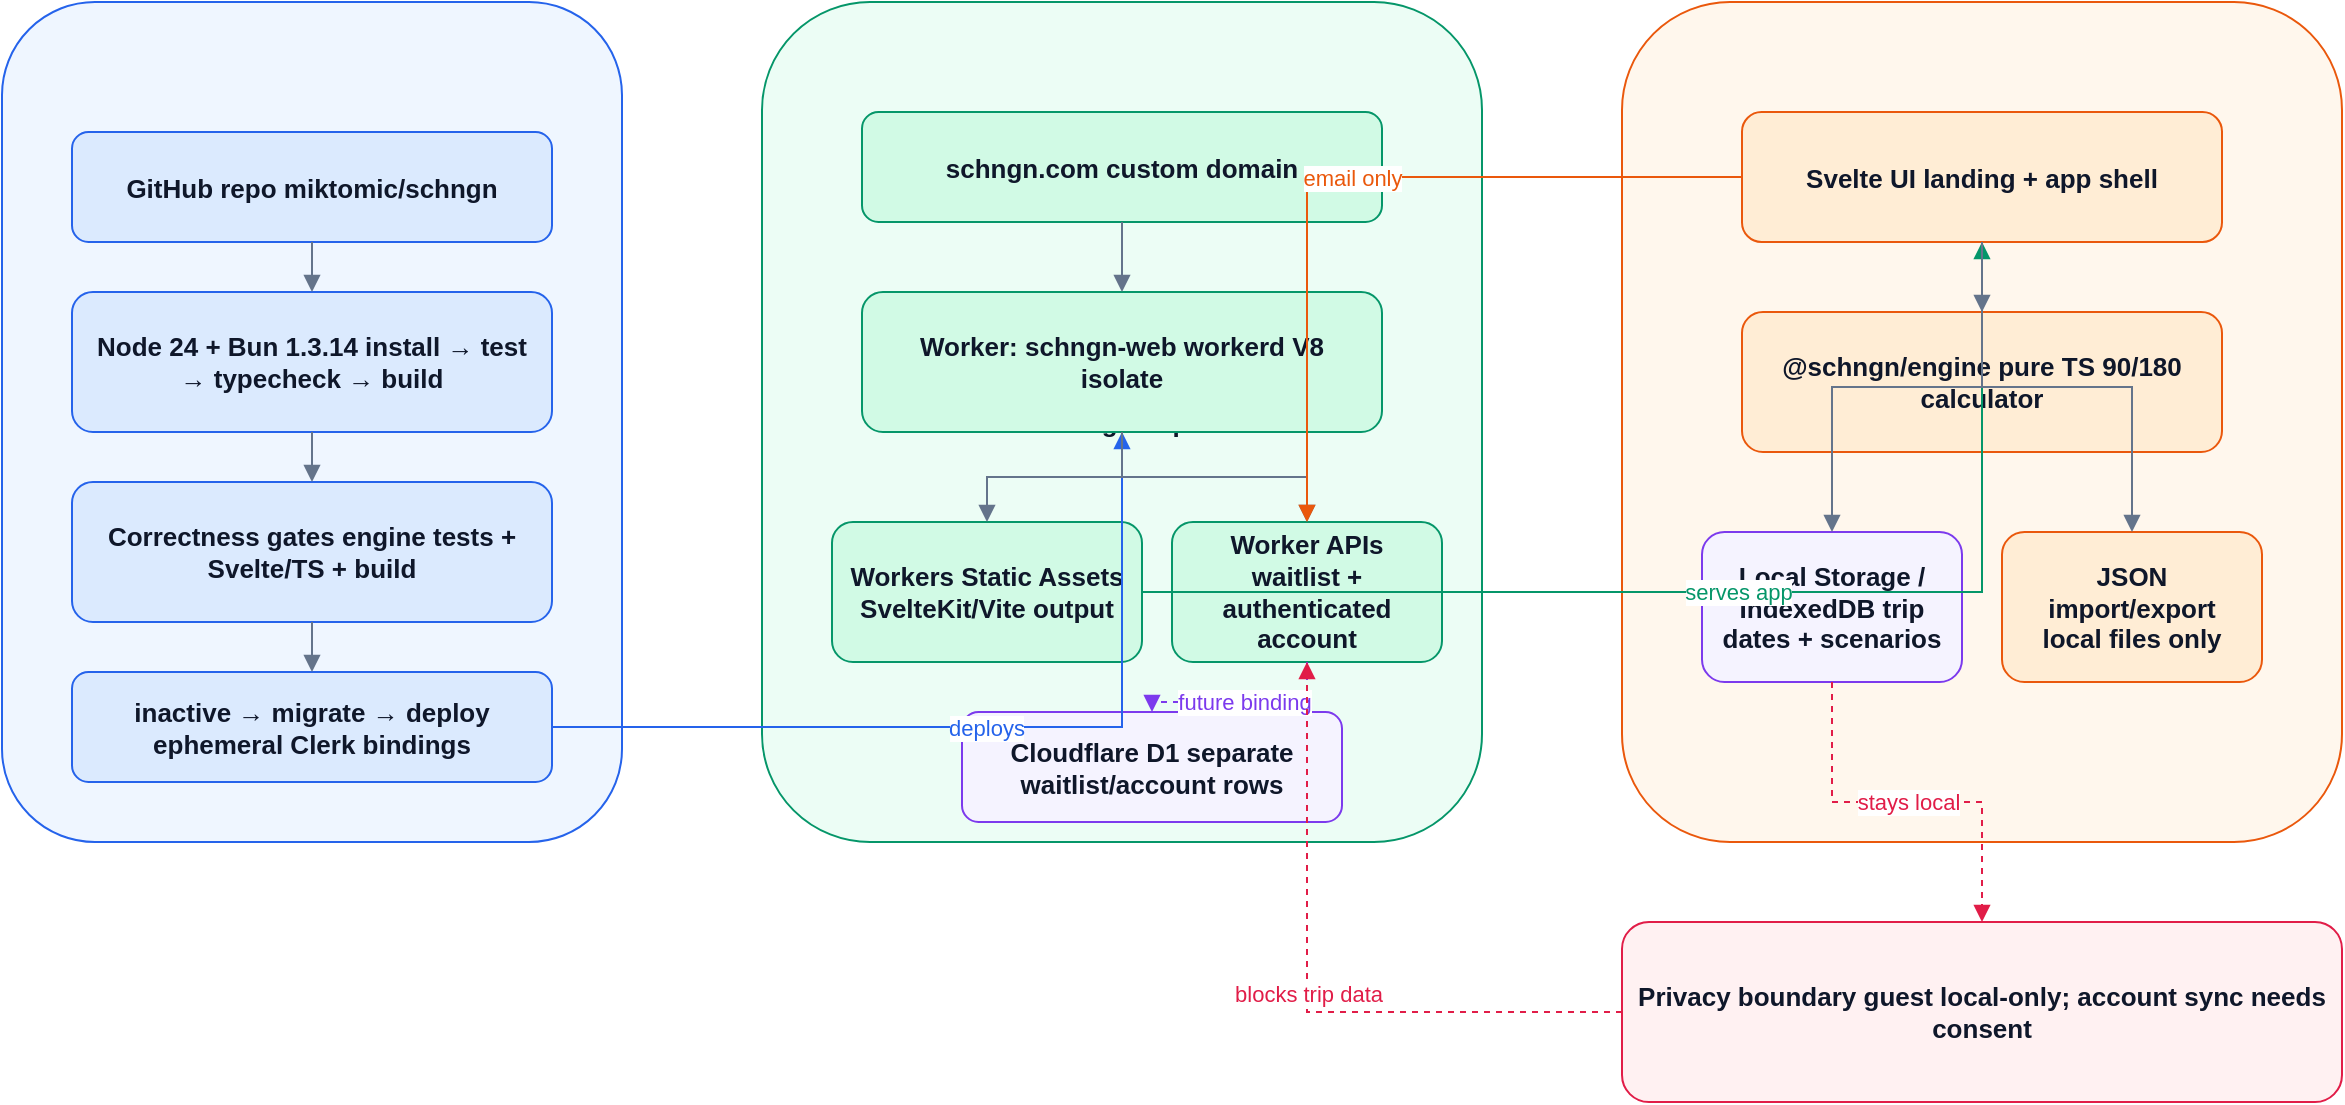
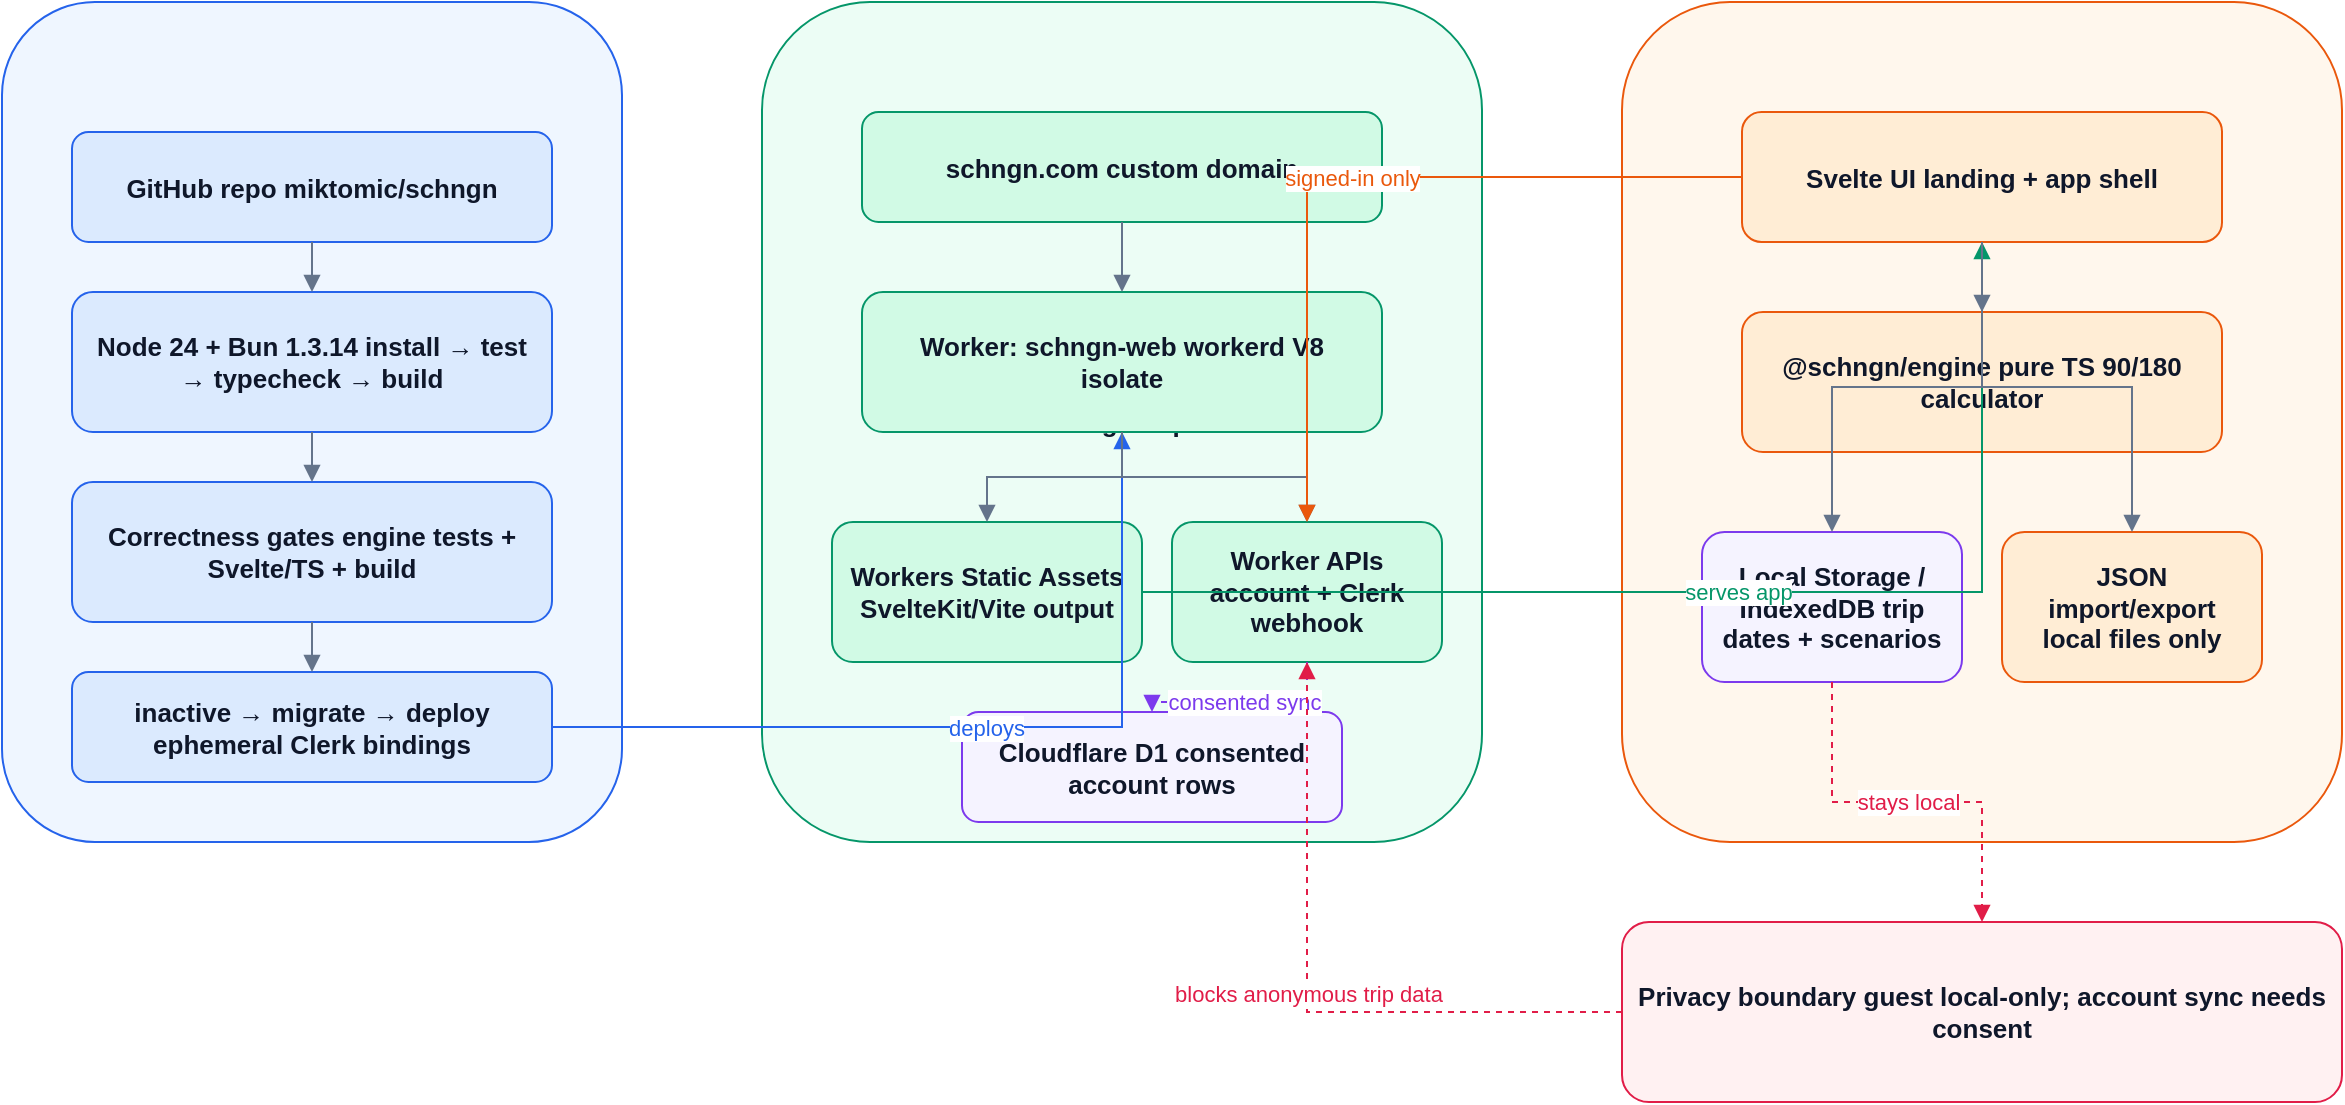
<mxfile host="app.diagrams.net" modified="2026-07-08T22:28:15.537029+00:00" agent="Hermes" version="24.7.17">
  <diagram id="schngn-app-architecture" name="SCHNGN App Architecture">
    <mxGraphModel dx="1260" dy="720" grid="1" gridSize="10" guides="1" tooltips="1" connect="1" arrows="1" fold="1" page="1" pageScale="1" pageWidth="1260" pageHeight="660" math="0" shadow="0">
      <root>
        <mxCell id="0" />
        <mxCell id="1" parent="0" />
    <mxCell id="ci" value="CI/CD — GitHub Actions" style="rounded=1;whiteSpace=wrap;html=1;fillColor=#eff6ff;strokeColor=#2563eb;fontColor=#0f172a;fontSize=13;fontStyle=1;spacing=8;" vertex="1" parent="1">
      <mxGeometry x="40" y="40" width="310" height="420" as="geometry" />
    </mxCell>
    <mxCell id="cf" value="Cloudflare edge — production" style="rounded=1;whiteSpace=wrap;html=1;fillColor=#ecfdf5;strokeColor=#059669;fontColor=#0f172a;fontSize=13;fontStyle=1;spacing=8;" vertex="1" parent="1">
      <mxGeometry x="420" y="40" width="360" height="420" as="geometry" />
    </mxCell>
    <mxCell id="browser" value="Traveler browser / PWA" style="rounded=1;whiteSpace=wrap;html=1;fillColor=#fff7ed;strokeColor=#ea580c;fontColor=#0f172a;fontSize=13;fontStyle=1;spacing=8;" vertex="1" parent="1">
      <mxGeometry x="850" y="40" width="360" height="420" as="geometry" />
    </mxCell>
    <mxCell id="privacy" value="Privacy boundary
guest local-only; account sync needs consent" style="rounded=1;whiteSpace=wrap;html=1;fillColor=#fff1f2;strokeColor=#e11d48;fontColor=#0f172a;fontSize=13;fontStyle=1;spacing=8;" vertex="1" parent="1">
      <mxGeometry x="850" y="500" width="360" height="90" as="geometry" />
    </mxCell>
    <mxCell id="repo" value="GitHub repo
miktomic/schngn" style="rounded=1;whiteSpace=wrap;html=1;fillColor=#dbeafe;strokeColor=#2563eb;fontColor=#0f172a;fontSize=13;fontStyle=1;spacing=8;" vertex="1" parent="1">
      <mxGeometry x="75" y="105" width="240" height="55" as="geometry" />
    </mxCell>
    <mxCell id="toolchain" value="Node 24 + Bun 1.3.14
install → test → typecheck → build" style="rounded=1;whiteSpace=wrap;html=1;fillColor=#dbeafe;strokeColor=#2563eb;fontColor=#0f172a;fontSize=13;fontStyle=1;spacing=8;" vertex="1" parent="1">
      <mxGeometry x="75" y="185" width="240" height="70" as="geometry" />
    </mxCell>
    <mxCell id="gates" value="Correctness gates
engine tests + Svelte/TS + build" style="rounded=1;whiteSpace=wrap;html=1;fillColor=#dbeafe;strokeColor=#2563eb;fontColor=#0f172a;fontSize=13;fontStyle=1;spacing=8;" vertex="1" parent="1">
      <mxGeometry x="75" y="280" width="240" height="70" as="geometry" />
    </mxCell>
    <mxCell id="deploy" value="inactive → migrate → deploy
ephemeral Clerk bindings" style="rounded=1;whiteSpace=wrap;html=1;fillColor=#dbeafe;strokeColor=#2563eb;fontColor=#0f172a;fontSize=13;fontStyle=1;spacing=8;" vertex="1" parent="1">
      <mxGeometry x="75" y="375" width="240" height="55" as="geometry" />
    </mxCell>
    <mxCell id="domain" value="schngn.com
custom domain" style="rounded=1;whiteSpace=wrap;html=1;fillColor=#d1fae5;strokeColor=#059669;fontColor=#0f172a;fontSize=13;fontStyle=1;spacing=8;" vertex="1" parent="1">
      <mxGeometry x="470" y="95" width="260" height="55" as="geometry" />
    </mxCell>
    <mxCell id="worker" value="Worker: schngn-web
workerd V8 isolate" style="rounded=1;whiteSpace=wrap;html=1;fillColor=#d1fae5;strokeColor=#059669;fontColor=#0f172a;fontSize=13;fontStyle=1;spacing=8;" vertex="1" parent="1">
      <mxGeometry x="470" y="185" width="260" height="70" as="geometry" />
    </mxCell>
    <mxCell id="assets" value="Workers Static Assets
SvelteKit/Vite output" style="rounded=1;whiteSpace=wrap;html=1;fillColor=#d1fae5;strokeColor=#059669;fontColor=#0f172a;fontSize=13;fontStyle=1;spacing=8;" vertex="1" parent="1">
      <mxGeometry x="455" y="300" width="155" height="70" as="geometry" />
    </mxCell>
-     <mxCell id="waitlist" value="Worker APIs
- waitlist + authenticated account" style="rounded=1;whiteSpace=wrap;html=1;fillColor=#d1fae5;strokeColor=#059669;fontColor=#0f172a;fontSize=13;fontStyle=1;spacing=8;" vertex="1" parent="1">
+     <mxCell id="accountApi" value="Worker APIs
+ account + Clerk webhook" style="rounded=1;whiteSpace=wrap;html=1;fillColor=#d1fae5;strokeColor=#059669;fontColor=#0f172a;fontSize=13;fontStyle=1;spacing=8;" vertex="1" parent="1">
      <mxGeometry x="625" y="300" width="135" height="70" as="geometry" />
    </mxCell>
    <mxCell id="store" value="Cloudflare D1
- separate waitlist/account rows" style="rounded=1;whiteSpace=wrap;html=1;fillColor=#f5f3ff;strokeColor=#7c3aed;fontColor=#0f172a;fontSize=13;fontStyle=1;spacing=8;" vertex="1" parent="1">
+ consented account rows" style="rounded=1;whiteSpace=wrap;html=1;fillColor=#f5f3ff;strokeColor=#7c3aed;fontColor=#0f172a;fontSize=13;fontStyle=1;spacing=8;" vertex="1" parent="1">
      <mxGeometry x="520" y="395" width="190" height="55" as="geometry" />
    </mxCell>
    <mxCell id="ui" value="Svelte UI
landing + app shell" style="rounded=1;whiteSpace=wrap;html=1;fillColor=#ffedd5;strokeColor=#ea580c;fontColor=#0f172a;fontSize=13;fontStyle=1;spacing=8;" vertex="1" parent="1">
      <mxGeometry x="910" y="95" width="240" height="65" as="geometry" />
    </mxCell>
    <mxCell id="engine" value="@schngn/engine
pure TS 90/180 calculator" style="rounded=1;whiteSpace=wrap;html=1;fillColor=#ffedd5;strokeColor=#ea580c;fontColor=#0f172a;fontSize=13;fontStyle=1;spacing=8;" vertex="1" parent="1">
      <mxGeometry x="910" y="195" width="240" height="70" as="geometry" />
    </mxCell>
    <mxCell id="local" value="Local Storage / IndexedDB
trip dates + scenarios" style="rounded=1;whiteSpace=wrap;html=1;fillColor=#f5f3ff;strokeColor=#7c3aed;fontColor=#0f172a;fontSize=13;fontStyle=1;spacing=8;" vertex="1" parent="1">
      <mxGeometry x="890" y="305" width="130" height="75" as="geometry" />
    </mxCell>
    <mxCell id="export" value="JSON import/export
local files only" style="rounded=1;whiteSpace=wrap;html=1;fillColor=#ffedd5;strokeColor=#ea580c;fontColor=#0f172a;fontSize=13;fontStyle=1;spacing=8;" vertex="1" parent="1">
      <mxGeometry x="1040" y="305" width="130" height="75" as="geometry" />
    </mxCell>
    <mxCell id="e1" value="" style="edgeStyle=orthogonalEdgeStyle;rounded=0;orthogonalLoop=1;jettySize=auto;html=1;endArrow=block;endFill=1;strokeColor=#64748b;fontColor=#64748b;fontSize=11;" edge="1" parent="1" source="repo" target="toolchain">
      <mxGeometry relative="1" as="geometry" />
    </mxCell>
    <mxCell id="e2" value="" style="edgeStyle=orthogonalEdgeStyle;rounded=0;orthogonalLoop=1;jettySize=auto;html=1;endArrow=block;endFill=1;strokeColor=#64748b;fontColor=#64748b;fontSize=11;" edge="1" parent="1" source="toolchain" target="gates">
      <mxGeometry relative="1" as="geometry" />
    </mxCell>
    <mxCell id="e3" value="" style="edgeStyle=orthogonalEdgeStyle;rounded=0;orthogonalLoop=1;jettySize=auto;html=1;endArrow=block;endFill=1;strokeColor=#64748b;fontColor=#64748b;fontSize=11;" edge="1" parent="1" source="gates" target="deploy">
      <mxGeometry relative="1" as="geometry" />
    </mxCell>
    <mxCell id="e4" value="deploys" style="edgeStyle=orthogonalEdgeStyle;rounded=0;orthogonalLoop=1;jettySize=auto;html=1;endArrow=block;endFill=1;strokeColor=#2563eb;fontColor=#2563eb;fontSize=11;" edge="1" parent="1" source="deploy" target="worker">
      <mxGeometry relative="1" as="geometry" />
    </mxCell>
    <mxCell id="e5" value="" style="edgeStyle=orthogonalEdgeStyle;rounded=0;orthogonalLoop=1;jettySize=auto;html=1;endArrow=block;endFill=1;strokeColor=#64748b;fontColor=#64748b;fontSize=11;" edge="1" parent="1" source="domain" target="worker">
      <mxGeometry relative="1" as="geometry" />
    </mxCell>
    <mxCell id="e6" value="" style="edgeStyle=orthogonalEdgeStyle;rounded=0;orthogonalLoop=1;jettySize=auto;html=1;endArrow=block;endFill=1;strokeColor=#64748b;fontColor=#64748b;fontSize=11;" edge="1" parent="1" source="worker" target="assets">
      <mxGeometry relative="1" as="geometry" />
    </mxCell>
-     <mxCell id="e7" value="" style="edgeStyle=orthogonalEdgeStyle;rounded=0;orthogonalLoop=1;jettySize=auto;html=1;endArrow=block;endFill=1;strokeColor=#64748b;fontColor=#64748b;fontSize=11;" edge="1" parent="1" source="worker" target="waitlist">
+     <mxCell id="e7" value="" style="edgeStyle=orthogonalEdgeStyle;rounded=0;orthogonalLoop=1;jettySize=auto;html=1;endArrow=block;endFill=1;strokeColor=#64748b;fontColor=#64748b;fontSize=11;" edge="1" parent="1" source="worker" target="accountApi">
      <mxGeometry relative="1" as="geometry" />
    </mxCell>
-     <mxCell id="e8" value="future binding" style="edgeStyle=orthogonalEdgeStyle;rounded=0;orthogonalLoop=1;jettySize=auto;html=1;endArrow=block;endFill=1;strokeColor=#7c3aed;fontColor=#7c3aed;fontSize=11;dashed=1;" edge="1" parent="1" source="waitlist" target="store">
+     <mxCell id="e8" value="consented sync" style="edgeStyle=orthogonalEdgeStyle;rounded=0;orthogonalLoop=1;jettySize=auto;html=1;endArrow=block;endFill=1;strokeColor=#7c3aed;fontColor=#7c3aed;fontSize=11;dashed=1;" edge="1" parent="1" source="accountApi" target="store">
      <mxGeometry relative="1" as="geometry" />
    </mxCell>
    <mxCell id="e9" value="serves app" style="edgeStyle=orthogonalEdgeStyle;rounded=0;orthogonalLoop=1;jettySize=auto;html=1;endArrow=block;endFill=1;strokeColor=#059669;fontColor=#059669;fontSize=11;" edge="1" parent="1" source="assets" target="ui">
      <mxGeometry relative="1" as="geometry" />
    </mxCell>
    <mxCell id="e10" value="" style="edgeStyle=orthogonalEdgeStyle;rounded=0;orthogonalLoop=1;jettySize=auto;html=1;endArrow=block;endFill=1;strokeColor=#64748b;fontColor=#64748b;fontSize=11;" edge="1" parent="1" source="ui" target="engine">
      <mxGeometry relative="1" as="geometry" />
    </mxCell>
    <mxCell id="e11" value="" style="edgeStyle=orthogonalEdgeStyle;rounded=0;orthogonalLoop=1;jettySize=auto;html=1;endArrow=block;endFill=1;strokeColor=#64748b;fontColor=#64748b;fontSize=11;" edge="1" parent="1" source="ui" target="local">
      <mxGeometry relative="1" as="geometry" />
    </mxCell>
    <mxCell id="e12" value="" style="edgeStyle=orthogonalEdgeStyle;rounded=0;orthogonalLoop=1;jettySize=auto;html=1;endArrow=block;endFill=1;strokeColor=#64748b;fontColor=#64748b;fontSize=11;" edge="1" parent="1" source="ui" target="export">
      <mxGeometry relative="1" as="geometry" />
    </mxCell>
-     <mxCell id="e13" value="email only" style="edgeStyle=orthogonalEdgeStyle;rounded=0;orthogonalLoop=1;jettySize=auto;html=1;endArrow=block;endFill=1;strokeColor=#ea580c;fontColor=#ea580c;fontSize=11;" edge="1" parent="1" source="ui" target="waitlist">
+     <mxCell id="e13" value="signed-in only" style="edgeStyle=orthogonalEdgeStyle;rounded=0;orthogonalLoop=1;jettySize=auto;html=1;endArrow=block;endFill=1;strokeColor=#ea580c;fontColor=#ea580c;fontSize=11;" edge="1" parent="1" source="ui" target="accountApi">
      <mxGeometry relative="1" as="geometry" />
    </mxCell>
    <mxCell id="e14" value="stays local" style="edgeStyle=orthogonalEdgeStyle;rounded=0;orthogonalLoop=1;jettySize=auto;html=1;endArrow=block;endFill=1;strokeColor=#e11d48;fontColor=#e11d48;fontSize=11;dashed=1;" edge="1" parent="1" source="local" target="privacy">
      <mxGeometry relative="1" as="geometry" />
    </mxCell>
-     <mxCell id="e15" value="blocks trip data" style="edgeStyle=orthogonalEdgeStyle;rounded=0;orthogonalLoop=1;jettySize=auto;html=1;endArrow=block;endFill=1;strokeColor=#e11d48;fontColor=#e11d48;fontSize=11;dashed=1;" edge="1" parent="1" source="privacy" target="waitlist">
+     <mxCell id="e15" value="blocks anonymous trip data" style="edgeStyle=orthogonalEdgeStyle;rounded=0;orthogonalLoop=1;jettySize=auto;html=1;endArrow=block;endFill=1;strokeColor=#e11d48;fontColor=#e11d48;fontSize=11;dashed=1;" edge="1" parent="1" source="privacy" target="accountApi">
      <mxGeometry relative="1" as="geometry" />
    </mxCell>
      </root>
    </mxGraphModel>
  </diagram>
</mxfile>
